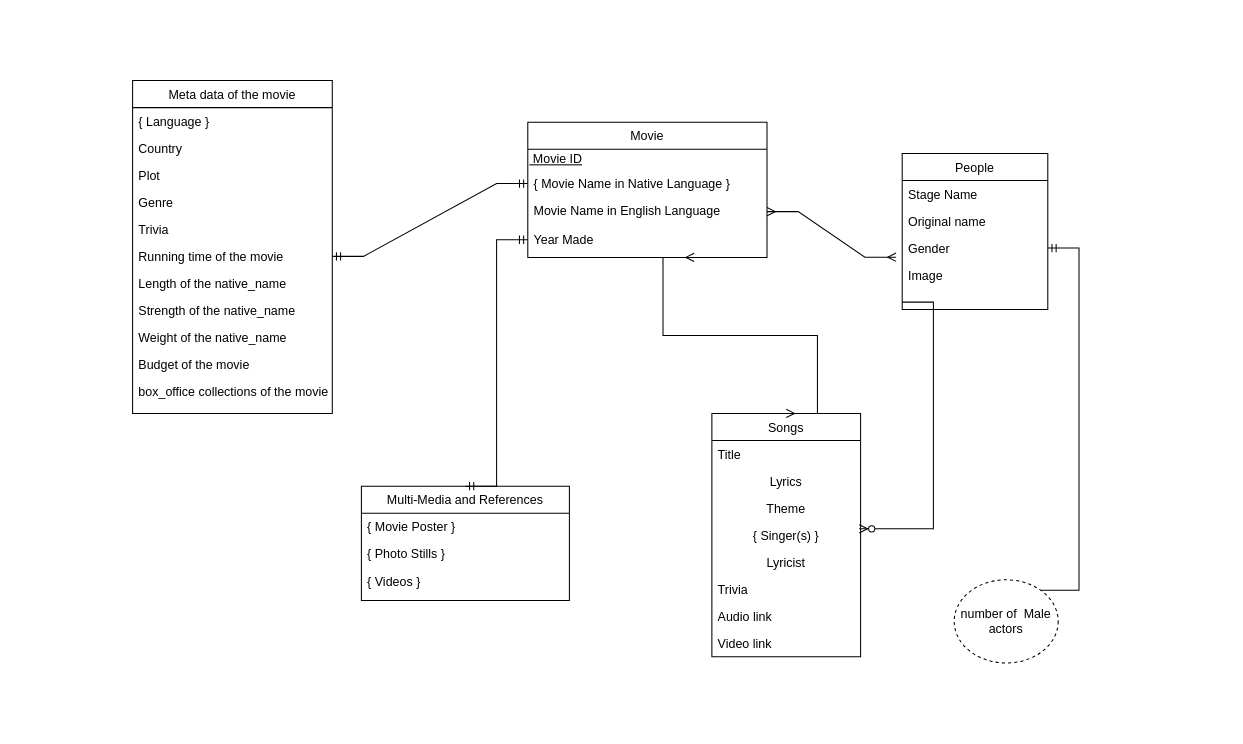
The draw.io diagram E-R Diagram.drawio in SpiderMan-ParkerTalley/JDBC-Movie-Datebase-Project, before the edit. Source tidied: cells renumbered, new cells numbered last; positions are measured from the earlier drawing's top-left corner, leaving out a move shared by most shapes. Both pictures are drawn from the tidied source at 104%, with x=0, y=0 at pixel (132, 80).
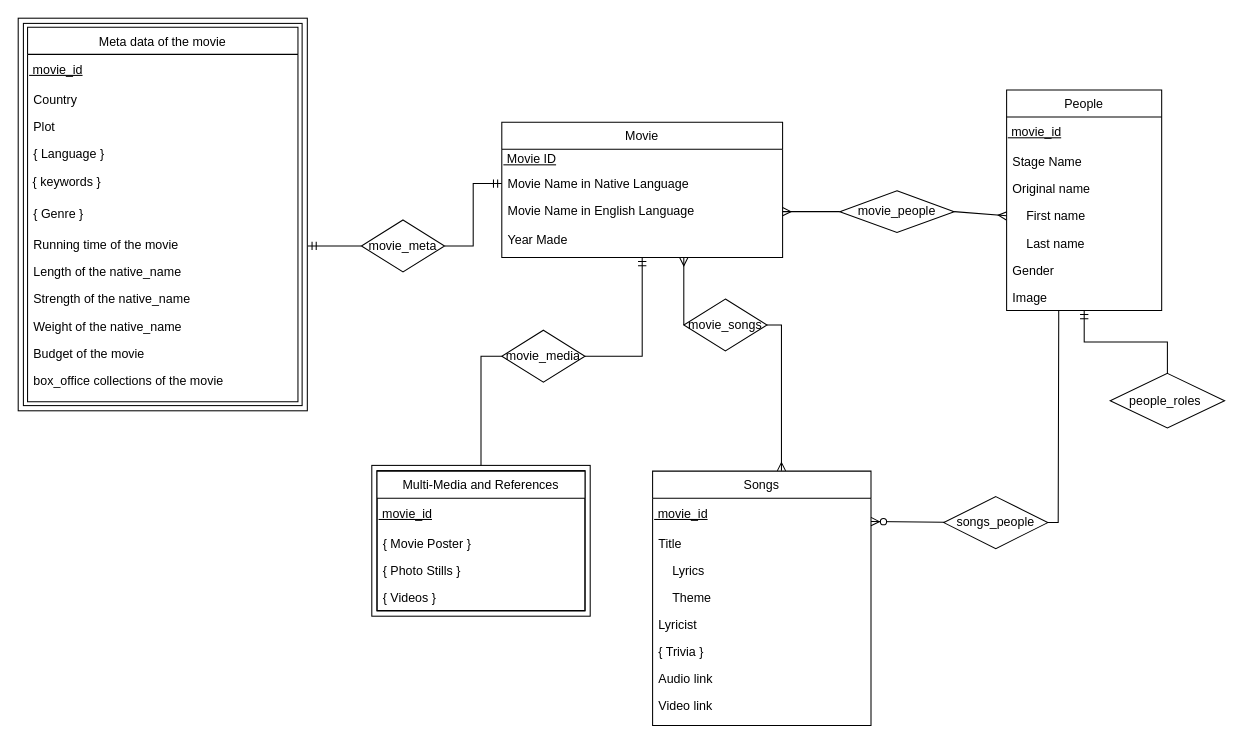
Above is the later version.

The edit, as a diff of the source:
```diff
@@
+    <mxCell id="44" style="shape=ext;margin=3;double=1;whiteSpace=wrap;html=1;align=center;strokeColor=default;" parent="1" vertex="1">
+      <mxGeometry x="-110" y="-60" width="278" height="377.5" as="geometry" />
+    </mxCell>
     <mxCell id="2" value="Movie" style="swimlane;fontStyle=0;align=center;verticalAlign=top;horizontal=1;startSize=26;rounded=0;shadow=0;strokeWidth=1;" parent="1" vertex="1">
-      <mxGeometry x="380" y="40" width="230" height="130" as="geometry" />
+      <mxGeometry x="355" y="40" width="270" height="130" as="geometry" />
     </mxCell>
     <mxCell id="3" value="&lt;u&gt;&amp;nbsp;Movie ID&lt;/u&gt;" style="text;html=1;align=left;verticalAlign=middle;strokeColor=none;fillColor=none;" parent="2" vertex="1">
-      <mxGeometry y="26" width="230" height="20" as="geometry" />
+      <mxGeometry y="26" width="270" height="20" as="geometry" />
     </mxCell>
-    <mxCell id="4" value="{ Movie Name in Native Language }" style="text;align=left;verticalAlign=top;spacingLeft=4;spacingRight=4;overflow=hidden;points=[[0,0.5],[1,0.5]];portConstraint=eastwest;" parent="2" vertex="1">
-      <mxGeometry y="46" width="230" height="26" as="geometry" />
+    <mxCell id="4" value="Movie Name in Native Language" style="text;align=left;verticalAlign=top;spacingLeft=4;spacingRight=4;overflow=hidden;points=[[0,0.5],[1,0.5]];portConstraint=eastwest;" parent="2" vertex="1">
+      <mxGeometry y="46" width="270" height="26" as="geometry" />
     </mxCell>
     <mxCell id="5" value="Movie Name in English Language" style="text;align=left;verticalAlign=top;spacingLeft=4;spacingRight=4;overflow=hidden;points=[[0,0.5],[1,0.5]];portConstraint=eastwest;rounded=0;shadow=0;html=0;" parent="2" vertex="1">
-      <mxGeometry y="72" width="230" height="28" as="geometry" />
+      <mxGeometry y="72" width="270" height="28" as="geometry" />
     </mxCell>
     <mxCell id="6" value="Year Made" style="text;align=left;verticalAlign=top;spacingLeft=4;spacingRight=4;overflow=hidden;points=[[0,0.5],[1,0.5]];portConstraint=eastwest;rounded=0;shadow=0;html=0;" parent="2" vertex="1">
-      <mxGeometry y="100" width="230" height="26" as="geometry" />
+      <mxGeometry y="100" width="270" height="26" as="geometry" />
     </mxCell>
-    <mxCell id="7" value="Multi-Media and References" style="swimlane;fontStyle=0;align=center;verticalAlign=top;horizontal=1;startSize=26;rounded=0;shadow=0;strokeWidth=1;" parent="1" vertex="1">
-      <mxGeometry x="220" y="390" width="200" height="110" as="geometry" />
-    </mxCell>
-    <mxCell id="8" value="{ Movie Poster }" style="text;align=left;verticalAlign=top;spacingLeft=4;spacingRight=4;overflow=hidden;" parent="7" vertex="1">
-      <mxGeometry y="26" width="200" height="26" as="geometry" />
-    </mxCell>
-    <mxCell id="9" value="{ Photo Stills }" style="text;align=left;verticalAlign=top;spacingLeft=4;spacingRight=4;overflow=hidden;rounded=0;shadow=0;html=0;" parent="7" vertex="1">
-      <mxGeometry y="52" width="200" height="26" as="geometry" />
-    </mxCell>
-    <mxCell id="10" value="{ Videos }" style="text;align=left;verticalAlign=top;spacingLeft=4;spacingRight=4;overflow=hidden;fontStyle=0;" parent="7" vertex="1">
-      <mxGeometry y="78" width="200" height="26" as="geometry" />
-    </mxCell>
-    <mxCell id="11" value="People" style="swimlane;fontStyle=0;align=center;verticalAlign=top;horizontal=1;startSize=26;rounded=0;shadow=0;strokeWidth=1;" parent="1" vertex="1">
-      <mxGeometry x="740" y="70" width="140" height="150" as="geometry" />
-    </mxCell>
-    <mxCell id="12" value="Stage Name" style="text;align=left;verticalAlign=top;spacingLeft=4;spacingRight=4;overflow=hidden;" parent="11" vertex="1">
-      <mxGeometry y="26" width="140" height="26" as="geometry" />
-    </mxCell>
-    <mxCell id="13" value="Original name" style="text;align=left;verticalAlign=top;spacingLeft=4;spacingRight=4;overflow=hidden;" parent="11" vertex="1">
-      <mxGeometry y="52" width="140" height="26" as="geometry" />
-    </mxCell>
-    <mxCell id="14" value=" Gender" style="text;align=left;verticalAlign=top;spacingLeft=4;spacingRight=4;overflow=hidden;points=[[0,0.5],[1,0.5]];portConstraint=eastwest;" parent="11" vertex="1">
-      <mxGeometry y="78" width="140" height="26" as="geometry" />
-    </mxCell>
-    <mxCell id="15" value=" Image" style="text;align=left;verticalAlign=top;spacingLeft=4;spacingRight=4;overflow=hidden;points=[[0,0.5],[1,0.5]];portConstraint=eastwest;" parent="11" vertex="1">
-      <mxGeometry y="104" width="140" height="26" as="geometry" />
-    </mxCell>
-    <mxCell id="16" value="Meta data of the movie" style="swimlane;fontStyle=0;align=center;verticalAlign=top;horizontal=1;startSize=26;rounded=0;shadow=0;strokeWidth=1;" parent="1" vertex="1">
-      <mxGeometry width="192" height="320" as="geometry" />
+    <mxCell id="16" value="Meta data of the movie" style="swimlane;fontStyle=0;align=center;verticalAlign=top;horizontal=1;startSize=26;rounded=0;shadow=0;strokeWidth=1;perimeterSpacing=3;" parent="1" vertex="1">
+      <mxGeometry x="-101" y="-51.2" width="260" height="360" as="geometry" />
     </mxCell>
-    <mxCell id="17" value="{ Language  }" style="text;align=left;verticalAlign=top;spacingLeft=4;spacingRight=4;overflow=hidden;" parent="16" vertex="1">
-      <mxGeometry y="26" width="192" height="26" as="geometry" />
-    </mxCell>
+    <mxCell id="45" value="&lt;u&gt;&amp;nbsp;movie_id&lt;/u&gt;" style="text;html=1;strokeColor=none;fillColor=none;align=left;verticalAlign=middle;whiteSpace=wrap;rounded=0;" parent="16" vertex="1">
+      <mxGeometry y="26" width="260" height="30" as="geometry" />
+    </mxCell>
     <mxCell id="18" value="Country" style="text;align=left;verticalAlign=top;spacingLeft=4;spacingRight=4;overflow=hidden;rounded=0;shadow=0;html=0;" parent="16" vertex="1">
-      <mxGeometry y="52" width="192" height="26" as="geometry" />
+      <mxGeometry y="56" width="260" height="26" as="geometry" />
     </mxCell>
     <mxCell id="19" value="Plot" style="text;align=left;verticalAlign=top;spacingLeft=4;spacingRight=4;overflow=hidden;rounded=0;shadow=0;html=0;" parent="16" vertex="1">
-      <mxGeometry y="78" width="192" height="26" as="geometry" />
+      <mxGeometry y="82" width="260" height="26" as="geometry" />
     </mxCell>
+    <mxCell id="17" value="{ Language }" style="text;align=left;verticalAlign=top;spacingLeft=4;spacingRight=4;overflow=hidden;" parent="16" vertex="1">
+      <mxGeometry y="108" width="260" height="24" as="geometry" />
+    </mxCell>
+    <mxCell id="46" value="&amp;nbsp;{ keywords }" style="text;html=1;strokeColor=none;fillColor=none;align=left;verticalAlign=middle;whiteSpace=wrap;rounded=0;" parent="16" vertex="1">
+      <mxGeometry y="132" width="260" height="34" as="geometry" />
+    </mxCell>
-    <mxCell id="20" value="Genre" style="text;align=left;verticalAlign=top;spacingLeft=4;spacingRight=4;overflow=hidden;rounded=0;shadow=0;html=0;" parent="16" vertex="1">
-      <mxGeometry y="104" width="192" height="26" as="geometry" />
+    <mxCell id="20" value="{ Genre }" style="text;align=left;verticalAlign=top;spacingLeft=4;spacingRight=4;overflow=hidden;rounded=0;shadow=0;html=0;" parent="16" vertex="1">
+      <mxGeometry y="166" width="260" height="30" as="geometry" />
     </mxCell>
-    <mxCell id="21" value="Trivia" style="text;align=left;verticalAlign=top;spacingLeft=4;spacingRight=4;overflow=hidden;rounded=0;shadow=0;html=0;" parent="16" vertex="1">
-      <mxGeometry y="130" width="192" height="26" as="geometry" />
-    </mxCell>
     <mxCell id="22" value="Running time of the movie" style="text;align=left;verticalAlign=top;spacingLeft=4;spacingRight=4;overflow=hidden;points=[[0,0.5],[1,0.5]];portConstraint=eastwest;" parent="16" vertex="1">
-      <mxGeometry y="156" width="192" height="26" as="geometry" />
+      <mxGeometry y="196" width="260" height="26" as="geometry" />
     </mxCell>
     <mxCell id="23" value="Length of the native_name" style="text;align=left;verticalAlign=top;spacingLeft=4;spacingRight=4;overflow=hidden;" parent="16" vertex="1">
-      <mxGeometry y="182" width="192" height="26" as="geometry" />
+      <mxGeometry y="222" width="260" height="26" as="geometry" />
     </mxCell>
     <mxCell id="24" value="Strength of the native_name" style="text;align=left;verticalAlign=top;spacingLeft=4;spacingRight=4;overflow=hidden;" parent="16" vertex="1">
-      <mxGeometry y="208" width="192" height="26" as="geometry" />
+      <mxGeometry y="248" width="260" height="26" as="geometry" />
     </mxCell>
     <mxCell id="25" value="Weight of the native_name" style="text;align=left;verticalAlign=top;spacingLeft=4;spacingRight=4;overflow=hidden;" parent="16" vertex="1">
-      <mxGeometry y="234" width="192" height="26" as="geometry" />
+      <mxGeometry y="274" width="260" height="26" as="geometry" />
     </mxCell>
     <mxCell id="26" value="Budget of the movie" style="text;align=left;verticalAlign=top;spacingLeft=4;spacingRight=4;overflow=hidden;" parent="16" vertex="1">
-      <mxGeometry y="260" width="192" height="26" as="geometry" />
+      <mxGeometry y="300" width="260" height="26" as="geometry" />
     </mxCell>
     <mxCell id="27" value="box_office collections of the movie" style="text;align=left;verticalAlign=top;spacingLeft=4;spacingRight=4;overflow=hidden;" parent="16" vertex="1">
-      <mxGeometry y="286" width="192" height="26" as="geometry" />
+      <mxGeometry y="326" width="260" height="22" as="geometry" />
     </mxCell>
+    <mxCell id="37" style="edgeStyle=orthogonalEdgeStyle;fontSize=12;html=1;endArrow=ERmany;startArrow=none;rounded=0;entryX=1;entryY=0.5;entryDx=0;entryDy=0;exitX=0;exitY=0.5;exitDx=0;exitDy=0;" parent="1" edge="1" source="58" target="5">
+      <mxGeometry relative="1" as="geometry" />
+    </mxCell>
+    <mxCell id="39" style="edgeStyle=orthogonalEdgeStyle;fontSize=12;html=1;endArrow=ERmandOne;startArrow=none;rounded=0;entryX=0;entryY=0.5;entryDx=0;entryDy=0;exitX=1;exitY=0.5;exitDx=0;exitDy=0;" parent="1" edge="1" source="53" target="4">
+      <mxGeometry relative="1" as="geometry" />
+    </mxCell>
+    <mxCell id="40" style="edgeStyle=orthogonalEdgeStyle;fontSize=12;html=1;endArrow=ERmandOne;startArrow=none;rounded=0;exitX=1;exitY=0.5;exitDx=0;exitDy=0;" parent="1" edge="1" source="55" target="2">
+      <mxGeometry relative="1" as="geometry" />
+    </mxCell>
+    <mxCell id="41" style="fontSize=12;html=1;endArrow=ERzeroToMany;endFill=1;rounded=0;entryX=1;entryY=0.75;entryDx=0;entryDy=0;strokeColor=default;startArrow=none;" parent="1" edge="1" source="60" target="49">
+      <mxGeometry relative="1" as="geometry" />
+    </mxCell>
+    <mxCell id="47" style="shape=ext;margin=3;double=1;whiteSpace=wrap;html=1;align=center;strokeColor=default;" parent="1" vertex="1">
+      <mxGeometry x="230" y="370" width="210" height="145" as="geometry" />
+    </mxCell>
+    <mxCell id="7" value="Multi-Media and References" style="swimlane;fontStyle=0;align=center;verticalAlign=top;horizontal=1;startSize=26;rounded=0;shadow=0;strokeWidth=1;" parent="1" vertex="1">
+      <mxGeometry x="235" y="375.5" width="200" height="134" as="geometry" />
+    </mxCell>
+    <mxCell id="48" value="&lt;u&gt;&amp;nbsp;movie_id&lt;/u&gt;" style="text;html=1;strokeColor=none;fillColor=none;align=left;verticalAlign=middle;whiteSpace=wrap;rounded=0;" parent="7" vertex="1">
+      <mxGeometry y="26" width="200" height="30" as="geometry" />
+    </mxCell>
+    <mxCell id="8" value="{ Movie Poster }" style="text;align=left;verticalAlign=top;spacingLeft=4;spacingRight=4;overflow=hidden;" parent="7" vertex="1">
+      <mxGeometry y="56" width="200" height="26" as="geometry" />
+    </mxCell>
+    <mxCell id="9" value="{ Photo Stills }" style="text;align=left;verticalAlign=top;spacingLeft=4;spacingRight=4;overflow=hidden;rounded=0;shadow=0;html=0;" parent="7" vertex="1">
+      <mxGeometry y="82" width="200" height="26" as="geometry" />
+    </mxCell>
+    <mxCell id="10" value="{ Videos }" style="text;align=left;verticalAlign=top;spacingLeft=4;spacingRight=4;overflow=hidden;fontStyle=0;" parent="7" vertex="1">
+      <mxGeometry y="108" width="200" height="26" as="geometry" />
+    </mxCell>
     <mxCell id="28" value="Songs" style="swimlane;fontStyle=0;align=center;verticalAlign=top;horizontal=1;startSize=26;rounded=0;shadow=0;strokeWidth=1;" parent="1" vertex="1">
-      <mxGeometry x="557" y="320" width="143" height="234" as="geometry" />
+      <mxGeometry x="500" y="375.5" width="210" height="244.5" as="geometry" />
     </mxCell>
+    <mxCell id="49" value="&lt;u&gt;&amp;nbsp;movie_id&lt;/u&gt;" style="text;html=1;strokeColor=none;fillColor=none;align=left;verticalAlign=middle;whiteSpace=wrap;rounded=0;" parent="28" vertex="1">
+      <mxGeometry y="26" width="210" height="30" as="geometry" />
+    </mxCell>
     <mxCell id="29" value="Title" style="text;align=left;verticalAlign=top;spacingLeft=4;spacingRight=4;overflow=hidden;" parent="28" vertex="1">
-      <mxGeometry y="26" width="143" height="26" as="geometry" />
+      <mxGeometry y="56" width="210" height="26" as="geometry" />
     </mxCell>
-    <mxCell id="30" value="Lyrics" style="text;align=center;verticalAlign=top;spacingLeft=4;spacingRight=4;overflow=hidden;rounded=0;shadow=0;html=0;" parent="28" vertex="1">
-      <mxGeometry y="52" width="143" height="26" as="geometry" />
+    <mxCell id="30" value="    Lyrics" style="text;align=left;verticalAlign=top;spacingLeft=4;spacingRight=4;overflow=hidden;rounded=0;shadow=0;html=0;" parent="28" vertex="1">
+      <mxGeometry y="82" width="210" height="26" as="geometry" />
     </mxCell>
-    <mxCell id="31" value="Theme" style="text;align=center;verticalAlign=top;spacingLeft=4;spacingRight=4;overflow=hidden;fontStyle=0;" parent="28" vertex="1">
-      <mxGeometry y="78" width="143" height="26" as="geometry" />
+    <mxCell id="31" value="    Theme" style="text;align=left;verticalAlign=top;spacingLeft=4;spacingRight=4;overflow=hidden;fontStyle=0;" parent="28" vertex="1">
+      <mxGeometry y="108" width="210" height="26" as="geometry" />
     </mxCell>
-    <mxCell id="32" value="{ Singer(s) }" style="text;align=center;verticalAlign=top;spacingLeft=4;spacingRight=4;overflow=hidden;points=[[0,0.5],[1,0.5]];portConstraint=eastwest;" parent="28" vertex="1">
-      <mxGeometry y="104" width="143" height="26" as="geometry" />
-    </mxCell>
-    <mxCell id="33" value="Lyricist" style="text;align=center;verticalAlign=top;spacingLeft=4;spacingRight=4;overflow=hidden;" parent="28" vertex="1">
-      <mxGeometry y="130" width="143" height="26" as="geometry" />
+    <mxCell id="33" value="Lyricist" style="text;align=left;verticalAlign=top;spacingLeft=4;spacingRight=4;overflow=hidden;" parent="28" vertex="1">
+      <mxGeometry y="134" width="210" height="26" as="geometry" />
     </mxCell>
-    <mxCell id="34" value="Trivia" style="text;align=left;verticalAlign=top;spacingLeft=4;spacingRight=4;overflow=hidden;" parent="28" vertex="1">
-      <mxGeometry y="156" width="143" height="26" as="geometry" />
+    <mxCell id="34" value="{ Trivia }" style="text;align=left;verticalAlign=top;spacingLeft=4;spacingRight=4;overflow=hidden;" parent="28" vertex="1">
+      <mxGeometry y="160" width="210" height="26" as="geometry" />
     </mxCell>
     <mxCell id="35" value="Audio link" style="text;align=left;verticalAlign=top;spacingLeft=4;spacingRight=4;overflow=hidden;" parent="28" vertex="1">
-      <mxGeometry y="182" width="143" height="26" as="geometry" />
+      <mxGeometry y="186" width="210" height="26" as="geometry" />
     </mxCell>
-    <mxCell id="36" value="Video link " style="text;align=left;verticalAlign=top;spacingLeft=4;spacingRight=4;overflow=hidden;" parent="28" vertex="1">
-      <mxGeometry y="208" width="143" height="26" as="geometry" />
+    <mxCell id="36" value="Video link" style="text;align=left;verticalAlign=top;spacingLeft=4;spacingRight=4;overflow=hidden;" parent="28" vertex="1">
+      <mxGeometry y="212" width="210" height="26" as="geometry" />
     </mxCell>
-    <mxCell id="37" style="edgeStyle=entityRelationEdgeStyle;fontSize=12;html=1;endArrow=ERmany;startArrow=ERmany;rounded=0;entryX=1;entryY=0.5;entryDx=0;entryDy=0;exitX=-0.042;exitY=0.838;exitDx=0;exitDy=0;exitPerimeter=0;" parent="1" edge="1" source="14" target="5">
-      <mxGeometry relative="1" as="geometry" />
-    </mxCell>
-    <mxCell id="38" style="edgeStyle=entityRelationEdgeStyle;fontSize=12;html=1;endArrow=ERmany;startArrow=ERmany;exitX=0.5;exitY=0;exitDx=0;exitDy=0;rounded=0;" parent="1" edge="1" source="28">
-      <mxGeometry relative="1" as="geometry">
-        <mxPoint x="540" y="170" as="targetPoint" />
-      </mxGeometry>
-    </mxCell>
-    <mxCell id="39" style="edgeStyle=entityRelationEdgeStyle;fontSize=12;html=1;endArrow=ERmandOne;startArrow=ERmandOne;rounded=0;entryX=0;entryY=0.5;entryDx=0;entryDy=0;exitX=1;exitY=0.5;exitDx=0;exitDy=0;" parent="1" edge="1" source="22" target="4">
-      <mxGeometry relative="1" as="geometry" />
-    </mxCell>
-    <mxCell id="40" style="edgeStyle=entityRelationEdgeStyle;fontSize=12;html=1;endArrow=ERmandOne;startArrow=ERmandOne;rounded=0;entryX=0;entryY=0.5;entryDx=0;entryDy=0;exitX=0.5;exitY=0;exitDx=0;exitDy=0;" parent="1" edge="1" source="7" target="6">
-      <mxGeometry relative="1" as="geometry" />
-    </mxCell>
-    <mxCell id="41" style="edgeStyle=entityRelationEdgeStyle;fontSize=12;html=1;endArrow=ERzeroToMany;endFill=1;rounded=0;exitX=0;exitY=0.5;exitDx=0;exitDy=0;entryX=0.991;entryY=0.269;entryDx=0;entryDy=0;entryPerimeter=0;" parent="1" edge="1" target="32">
-      <mxGeometry relative="1" as="geometry">
-        <mxPoint x="740" y="213" as="sourcePoint" />
-      </mxGeometry>
-    </mxCell>
-    <mxCell id="42" style="edgeStyle=entityRelationEdgeStyle;fontSize=12;html=1;endArrow=ERmandOne;startArrow=ERmandOne;rounded=0;" parent="1" edge="1" target="14">
-      <mxGeometry relative="1" as="geometry">
-        <mxPoint x="820" y="490" as="sourcePoint" />
-      </mxGeometry>
-    </mxCell>
-    <mxCell id="43" value="number of&amp;nbsp; Male actors" style="ellipse;whiteSpace=wrap;html=1;align=center;dashed=1;" parent="1" vertex="1">
-      <mxGeometry x="790" y="480" width="100" height="80" as="geometry" />
-    </mxCell>
+    <mxCell id="11" value="People" style="swimlane;fontStyle=0;align=center;verticalAlign=top;horizontal=1;startSize=26;rounded=0;shadow=0;strokeWidth=1;" parent="1" vertex="1">
+      <mxGeometry x="840.4" y="9" width="149.1" height="212" as="geometry" />
+    </mxCell>
+    <mxCell id="50" value="&lt;u&gt;&amp;nbsp;movie_id&lt;/u&gt;" style="text;html=1;strokeColor=none;fillColor=none;align=left;verticalAlign=middle;whiteSpace=wrap;rounded=0;" parent="11" vertex="1">
+      <mxGeometry y="26" width="149.1" height="30" as="geometry" />
+    </mxCell>
+    <mxCell id="12" value="Stage Name" style="text;align=left;verticalAlign=top;spacingLeft=4;spacingRight=4;overflow=hidden;" parent="11" vertex="1">
+      <mxGeometry y="56" width="149.1" height="26" as="geometry" />
+    </mxCell>
+    <mxCell id="13" value="Original name" style="text;align=left;verticalAlign=top;spacingLeft=4;spacingRight=4;overflow=hidden;" parent="11" vertex="1">
+      <mxGeometry y="82" width="149.1" height="26" as="geometry" />
+    </mxCell>
+    <mxCell id="51" value="    First name" style="text;align=left;verticalAlign=top;spacingLeft=4;spacingRight=4;overflow=hidden;points=[[0,0.5],[1,0.5]];portConstraint=eastwest;" parent="11" vertex="1">
+      <mxGeometry y="108" width="149.1" height="26" as="geometry" />
+    </mxCell>
+    <mxCell id="52" value="    Last name" style="text;align=left;verticalAlign=top;spacingLeft=4;spacingRight=4;overflow=hidden;" parent="11" vertex="1">
+      <mxGeometry y="134" width="149.1" height="26" as="geometry" />
+    </mxCell>
+    <mxCell id="14" value=" Gender " style="text;align=left;verticalAlign=top;spacingLeft=4;spacingRight=4;overflow=hidden;points=[[0,0.5],[1,0.5]];portConstraint=eastwest;" parent="11" vertex="1">
+      <mxGeometry y="160" width="149.1" height="26" as="geometry" />
+    </mxCell>
+    <mxCell id="15" value=" Image" style="text;align=left;verticalAlign=top;spacingLeft=4;spacingRight=4;overflow=hidden;points=[[0,0.5],[1,0.5]];portConstraint=eastwest;" parent="11" vertex="1">
+      <mxGeometry y="186" width="149.1" height="26" as="geometry" />
+    </mxCell>
+    <mxCell id="53" value="movie_meta" style="rhombus;whiteSpace=wrap;html=1;" parent="1" vertex="1">
+      <mxGeometry x="220" y="134" width="80" height="50" as="geometry" />
+    </mxCell>
+    <mxCell id="54" style="fontSize=12;html=1;endArrow=none;startArrow=ERmandOne;rounded=0;entryX=0;entryY=0.5;entryDx=0;entryDy=0;exitX=1.002;exitY=0.58;exitDx=0;exitDy=0;exitPerimeter=0;" parent="1" edge="1" source="44" target="53">
+      <mxGeometry relative="1" as="geometry" />
+    </mxCell>
+    <mxCell id="55" value="movie_media" style="rhombus;whiteSpace=wrap;html=1;" parent="1" vertex="1">
+      <mxGeometry x="355" y="240" width="80" height="50" as="geometry" />
+    </mxCell>
+    <mxCell id="56" style="edgeStyle=orthogonalEdgeStyle;fontSize=12;html=1;endArrow=none;startArrow=none;entryX=0;entryY=0.5;entryDx=0;entryDy=0;exitX=0.5;exitY=0;exitDx=0;exitDy=0;jumpStyle=sharp;rounded=0;" parent="1" edge="1" source="47" target="55">
+      <mxGeometry relative="1" as="geometry" />
+    </mxCell>
+    <mxCell id="57" value="movie_songs" style="rhombus;whiteSpace=wrap;html=1;" parent="1" vertex="1">
+      <mxGeometry x="530" y="210" width="80" height="50" as="geometry" />
+    </mxCell>
+    <mxCell id="58" value="movie_people" style="rhombus;whiteSpace=wrap;html=1;" parent="1" vertex="1">
+      <mxGeometry x="680" y="106" width="110" height="40" as="geometry" />
+    </mxCell>
+    <mxCell id="59" style="fontSize=12;html=1;endArrow=none;startArrow=ERmany;rounded=0;entryX=1;entryY=0.5;entryDx=0;entryDy=0;exitX=0;exitY=0.5;exitDx=0;exitDy=0;" parent="1" edge="1" source="51" target="58">
+      <mxGeometry relative="1" as="geometry" />
+    </mxCell>
+    <mxCell id="60" value="songs_people" style="rhombus;whiteSpace=wrap;html=1;" parent="1" vertex="1">
+      <mxGeometry x="780" y="400" width="100" height="50" as="geometry" />
+    </mxCell>
+    <mxCell id="61" style="edgeStyle=orthogonalEdgeStyle;fontSize=12;html=1;endArrow=none;endFill=1;rounded=0;entryX=1;entryY=0.5;entryDx=0;entryDy=0;strokeColor=default;exitX=0.336;exitY=1;exitDx=0;exitDy=0;exitPerimeter=0;" parent="1" edge="1" source="15" target="60">
+      <mxGeometry relative="1" as="geometry">
+        <Array as="points">
+          <mxPoint x="891" y="231" />
+          <mxPoint x="890" y="425" />
+        </Array>
+      </mxGeometry>
+    </mxCell>
+    <mxCell id="62" style="edgeStyle=orthogonalEdgeStyle;fontSize=12;html=1;endArrow=ERmandOne;startArrow=none;rounded=0;exitX=0.5;exitY=0;exitDx=0;exitDy=0;" parent="1" edge="1" source="63" target="11">
+      <mxGeometry relative="1" as="geometry" />
+    </mxCell>
+    <mxCell id="63" value="&amp;nbsp; &amp;nbsp; &amp;nbsp;people_roles" style="rhombus;whiteSpace=wrap;html=1;align=left;" parent="1" vertex="1">
+      <mxGeometry x="940" y="281.5" width="110" height="52.5" as="geometry" />
+    </mxCell>
+    <mxCell id="64" style="edgeStyle=orthogonalEdgeStyle;fontSize=12;html=1;endArrow=ERmany;rounded=0;exitX=1;exitY=0.5;exitDx=0;exitDy=0;entryX=0.59;entryY=-0.001;entryDx=0;entryDy=0;entryPerimeter=0;" parent="1" edge="1" source="57" target="28">
+      <mxGeometry relative="1" as="geometry" />
+    </mxCell>
+    <mxCell id="65" style="fontSize=12;html=1;endArrow=ERmany;rounded=0;exitX=0;exitY=0.5;exitDx=0;exitDy=0;" parent="1" edge="1" source="57">
+      <mxGeometry relative="1" as="geometry">
+        <mxPoint x="530" y="170" as="targetPoint" />
+      </mxGeometry>
+    </mxCell>
```
